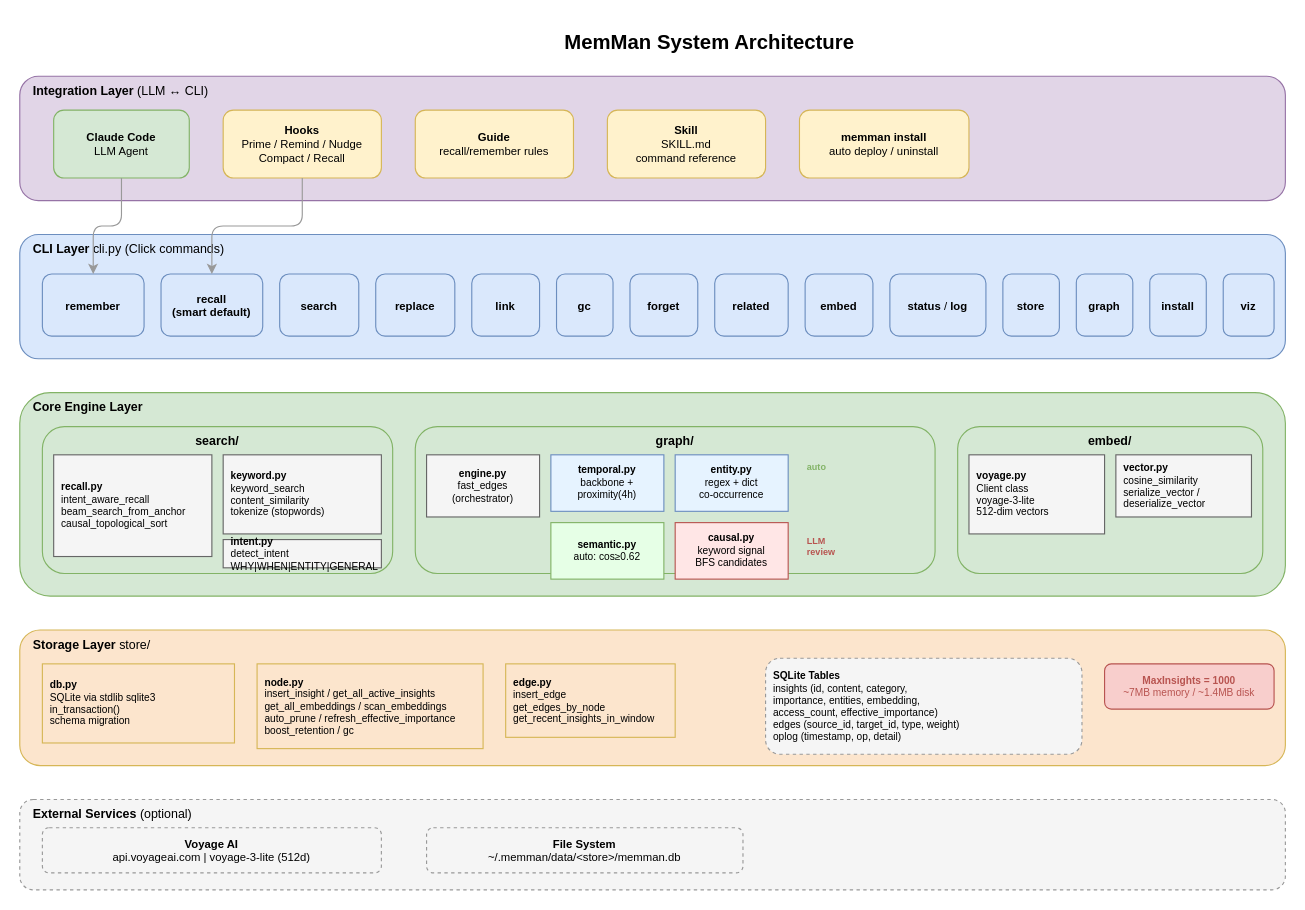
Before: docs/diagrams/01-system-architecture.drawio in bissli/memman, a draw.io diagram. Source tidied: cells renumbered, new cells numbered last; positions are measured from the earlier drawing's top-left corner, leaving out a move shared by most shapes. Both pictures are drawn from the tidied source at 113%, with x=0, y=0 at pixel (19, 19).
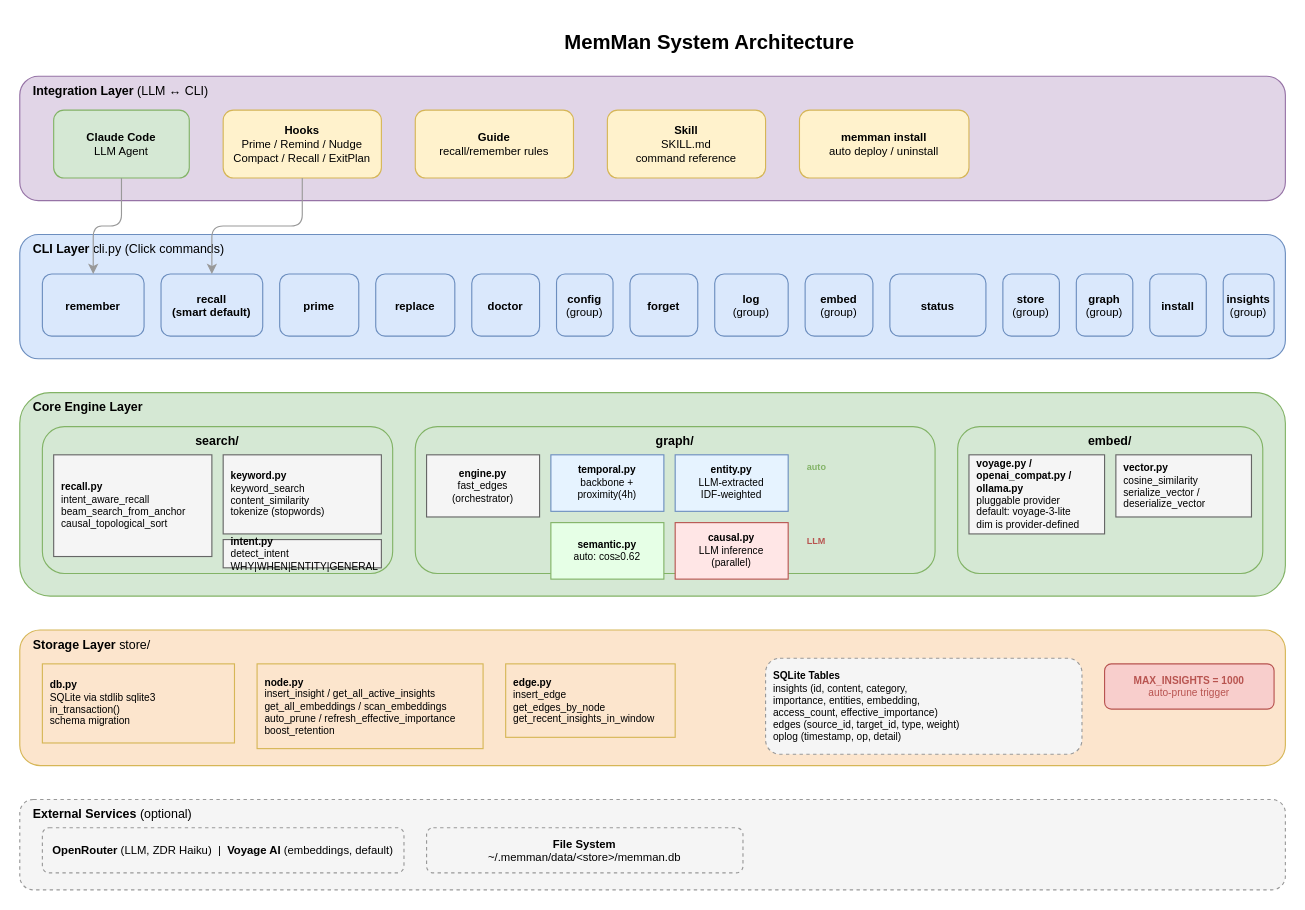
Above is the later version.

Diff of the diagram source:
```diff
@@
-    <mxCell id="5" value="&lt;b&gt;Hooks&lt;/b&gt;&lt;br&gt;Prime / Remind / Nudge&lt;br&gt;Compact / Recall" style="rounded=1;whiteSpace=wrap;html=1;fillColor=#fff2cc;strokeColor=#d6b656;fontSize=10;" parent="1" vertex="1">
+    <mxCell id="5" value="&lt;b&gt;Hooks&lt;/b&gt;&lt;br&gt;Prime / Remind / Nudge&lt;br&gt;Compact / Recall / ExitPlan" style="rounded=1;whiteSpace=wrap;html=1;fillColor=#fff2cc;strokeColor=#d6b656;fontSize=10;" parent="1" vertex="1">
       <mxGeometry x="180" y="80" width="140" height="60" as="geometry" />
     </mxCell>
@@
-    <mxCell id="12" value="&lt;b&gt;search&lt;/b&gt;" style="rounded=1;whiteSpace=wrap;html=1;fillColor=#dae8fc;strokeColor=#6c8ebf;fontSize=10;" parent="1" vertex="1">
+    <mxCell id="12" value="&lt;b&gt;prime&lt;/b&gt;" style="rounded=1;whiteSpace=wrap;html=1;fillColor=#dae8fc;strokeColor=#6c8ebf;fontSize=10;" parent="1" vertex="1">
       <mxGeometry x="230" y="225" width="70" height="55" as="geometry" />
     </mxCell>
@@
-    <mxCell id="14" value="&lt;b&gt;link&lt;/b&gt;" style="rounded=1;whiteSpace=wrap;html=1;fillColor=#dae8fc;strokeColor=#6c8ebf;fontSize=10;" parent="1" vertex="1">
+    <mxCell id="14" value="&lt;b&gt;doctor&lt;/b&gt;" style="rounded=1;whiteSpace=wrap;html=1;fillColor=#dae8fc;strokeColor=#6c8ebf;fontSize=10;" parent="1" vertex="1">
       <mxGeometry x="400" y="225" width="60" height="55" as="geometry" />
     </mxCell>
-    <mxCell id="15" value="&lt;b&gt;gc&lt;/b&gt;" style="rounded=1;whiteSpace=wrap;html=1;fillColor=#dae8fc;strokeColor=#6c8ebf;fontSize=10;" parent="1" vertex="1">
+    <mxCell id="15" value="&lt;b&gt;config&lt;/b&gt;&lt;br&gt;(group)" style="rounded=1;whiteSpace=wrap;html=1;fillColor=#dae8fc;strokeColor=#6c8ebf;fontSize=10;" parent="1" vertex="1">
       <mxGeometry x="475" y="225" width="50" height="55" as="geometry" />
     </mxCell>
@@
-    <mxCell id="17" value="&lt;b&gt;related&lt;/b&gt;" style="rounded=1;whiteSpace=wrap;html=1;fillColor=#dae8fc;strokeColor=#6c8ebf;fontSize=10;" parent="1" vertex="1">
+    <mxCell id="17" value="&lt;b&gt;log&lt;/b&gt;&lt;br&gt;(group)" style="rounded=1;whiteSpace=wrap;html=1;fillColor=#dae8fc;strokeColor=#6c8ebf;fontSize=10;" parent="1" vertex="1">
       <mxGeometry x="615" y="225" width="65" height="55" as="geometry" />
     </mxCell>
-    <mxCell id="18" value="&lt;b&gt;embed&lt;/b&gt;" style="rounded=1;whiteSpace=wrap;html=1;fillColor=#dae8fc;strokeColor=#6c8ebf;fontSize=10;" parent="1" vertex="1">
+    <mxCell id="18" value="&lt;b&gt;embed&lt;/b&gt;&lt;br&gt;(group)" style="rounded=1;whiteSpace=wrap;html=1;fillColor=#dae8fc;strokeColor=#6c8ebf;fontSize=10;" parent="1" vertex="1">
       <mxGeometry x="695" y="225" width="60" height="55" as="geometry" />
     </mxCell>
-    <mxCell id="19" value="&lt;b&gt;status&lt;/b&gt; / &lt;b&gt;log&lt;/b&gt;" style="rounded=1;whiteSpace=wrap;html=1;fillColor=#dae8fc;strokeColor=#6c8ebf;fontSize=10;" parent="1" vertex="1">
+    <mxCell id="19" value="&lt;b&gt;status&lt;/b&gt;" style="rounded=1;whiteSpace=wrap;html=1;fillColor=#dae8fc;strokeColor=#6c8ebf;fontSize=10;" parent="1" vertex="1">
       <mxGeometry x="770" y="225" width="85" height="55" as="geometry" />
     </mxCell>
-    <mxCell id="20" value="&lt;b&gt;store&lt;/b&gt;" style="rounded=1;whiteSpace=wrap;html=1;fillColor=#dae8fc;strokeColor=#6c8ebf;fontSize=10;" parent="1" vertex="1">
+    <mxCell id="20" value="&lt;b&gt;store&lt;/b&gt;&lt;br&gt;(group)" style="rounded=1;whiteSpace=wrap;html=1;fillColor=#dae8fc;strokeColor=#6c8ebf;fontSize=10;" parent="1" vertex="1">
       <mxGeometry x="870" y="225" width="50" height="55" as="geometry" />
     </mxCell>
-    <mxCell id="21" value="&lt;b&gt;graph&lt;/b&gt;" style="rounded=1;whiteSpace=wrap;html=1;fillColor=#dae8fc;strokeColor=#6c8ebf;fontSize=10;" parent="1" vertex="1">
+    <mxCell id="21" value="&lt;b&gt;graph&lt;/b&gt;&lt;br&gt;(group)" style="rounded=1;whiteSpace=wrap;html=1;fillColor=#dae8fc;strokeColor=#6c8ebf;fontSize=10;" parent="1" vertex="1">
       <mxGeometry x="935" y="225" width="50" height="55" as="geometry" />
     </mxCell>
@@
-    <mxCell id="23" value="&lt;b&gt;viz&lt;/b&gt;" style="rounded=1;whiteSpace=wrap;html=1;fillColor=#dae8fc;strokeColor=#6c8ebf;fontSize=10;" parent="1" vertex="1">
+    <mxCell id="23" value="&lt;b&gt;insights&lt;/b&gt;&lt;br&gt;(group)" style="rounded=1;whiteSpace=wrap;html=1;fillColor=#dae8fc;strokeColor=#6c8ebf;fontSize=10;" parent="1" vertex="1">
       <mxGeometry x="1065" y="225" width="45" height="55" as="geometry" />
     </mxCell>
@@
-    <mxCell id="32" value="&lt;b&gt;entity.py&lt;/b&gt;&lt;br&gt;regex + dict&lt;br&gt;co-occurrence" style="rounded=0;whiteSpace=wrap;html=1;fontSize=9;fillColor=#E6F3FF;strokeColor=#6c8ebf;" parent="1" vertex="1">
+    <mxCell id="32" value="&lt;b&gt;entity.py&lt;/b&gt;&lt;br&gt;LLM-extracted&lt;br&gt;IDF-weighted" style="rounded=0;whiteSpace=wrap;html=1;fontSize=9;fillColor=#E6F3FF;strokeColor=#6c8ebf;" parent="1" vertex="1">
       <mxGeometry x="580" y="385" width="100" height="50" as="geometry" />
     </mxCell>
@@
-    <mxCell id="34" value="&lt;b&gt;causal.py&lt;/b&gt;&lt;br&gt;keyword signal&lt;br&gt;BFS candidates" style="rounded=0;whiteSpace=wrap;html=1;fontSize=9;fillColor=#FFE6E6;strokeColor=#b85450;" parent="1" vertex="1">
+    <mxCell id="34" value="&lt;b&gt;causal.py&lt;/b&gt;&lt;br&gt;LLM inference&lt;br&gt;(parallel)" style="rounded=0;whiteSpace=wrap;html=1;fontSize=9;fillColor=#FFE6E6;strokeColor=#b85450;" parent="1" vertex="1">
       <mxGeometry x="580" y="445" width="100" height="50" as="geometry" />
     </mxCell>
@@
-    <mxCell id="36" value="LLM&#10;review" style="text;html=1;fontSize=8;fillColor=none;strokeColor=none;fontColor=#b85450;fontStyle=1;" parent="1" vertex="1">
+    <mxCell id="36" value="LLM" style="text;html=1;fontSize=8;fillColor=none;strokeColor=none;fontColor=#b85450;fontStyle=1;" parent="1" vertex="1">
       <mxGeometry x="695" y="450" width="40" height="25" as="geometry" />
     </mxCell>
@@
-    <mxCell id="38" value="&lt;b&gt;voyage.py&lt;/b&gt;&lt;br&gt;Client class&lt;br&gt;voyage-3-lite&lt;br&gt;512-dim vectors" style="rounded=0;whiteSpace=wrap;html=1;fontSize=9;fillColor=#f5f5f5;strokeColor=#666666;align=left;spacingLeft=5;" parent="1" vertex="1">
+    <mxCell id="38" value="&lt;b&gt;voyage.py / openai_compat.py / ollama.py&lt;/b&gt;&lt;br&gt;pluggable provider&lt;br&gt;default: voyage-3-lite&lt;br&gt;dim is provider-defined" style="rounded=0;whiteSpace=wrap;html=1;fontSize=9;fillColor=#f5f5f5;strokeColor=#666666;align=left;spacingLeft=5;" parent="1" vertex="1">
       <mxGeometry x="840" y="385" width="120" height="70" as="geometry" />
     </mxCell>
@@
-    <mxCell id="42" value="&lt;b&gt;node.py&lt;/b&gt;&lt;br&gt;insert_insight / get_all_active_insights&lt;br&gt;get_all_embeddings / scan_embeddings&lt;br&gt;auto_prune / refresh_effective_importance&lt;br&gt;boost_retention / gc" style="rounded=0;whiteSpace=wrap;html=1;fontSize=9;fillColor=#fce5cd;strokeColor=#d6b656;align=left;spacingLeft=5;" parent="1" vertex="1">
+    <mxCell id="42" value="&lt;b&gt;node.py&lt;/b&gt;&lt;br&gt;insert_insight / get_all_active_insights&lt;br&gt;get_all_embeddings / scan_embeddings&lt;br&gt;auto_prune / refresh_effective_importance&lt;br&gt;boost_retention" style="rounded=0;whiteSpace=wrap;html=1;fontSize=9;fillColor=#fce5cd;strokeColor=#d6b656;align=left;spacingLeft=5;" parent="1" vertex="1">
       <mxGeometry x="210" y="570" width="200" height="75" as="geometry" />
     </mxCell>
@@
-    <mxCell id="45" value="&lt;b&gt;MaxInsights = 1000&lt;/b&gt;&lt;br&gt;~7MB memory / ~1.4MB disk" style="rounded=1;whiteSpace=wrap;html=1;fontSize=9;fillColor=#f8cecc;strokeColor=#b85450;fontColor=#b85450;" parent="1" vertex="1">
+    <mxCell id="45" value="&lt;b&gt;MAX_INSIGHTS = 1000&lt;/b&gt;&lt;br&gt;auto-prune trigger" style="rounded=1;whiteSpace=wrap;html=1;fontSize=9;fillColor=#f8cecc;strokeColor=#b85450;fontColor=#b85450;" parent="1" vertex="1">
       <mxGeometry x="960" y="570" width="150" height="40" as="geometry" />
     </mxCell>
@@
-    <mxCell id="47" value="&lt;b&gt;Voyage AI&lt;/b&gt;&lt;br&gt;api.voyageai.com | voyage-3-lite (512d)" style="rounded=1;whiteSpace=wrap;html=1;fillColor=#f5f5f5;strokeColor=#999999;fontSize=10;dashed=1;" parent="1" vertex="1">
-      <mxGeometry x="20" y="715" width="300" height="40" as="geometry" />
+    <mxCell id="47" value="&lt;b&gt;OpenRouter&lt;/b&gt; (LLM, ZDR Haiku) &amp;nbsp;|&amp;nbsp; &lt;b&gt;Voyage AI&lt;/b&gt; (embeddings, default)" style="rounded=1;whiteSpace=wrap;html=1;fillColor=#f5f5f5;strokeColor=#999999;fontSize=10;dashed=1;" parent="1" vertex="1">
+      <mxGeometry x="20" y="715" width="320" height="40" as="geometry" />
     </mxCell>
```
